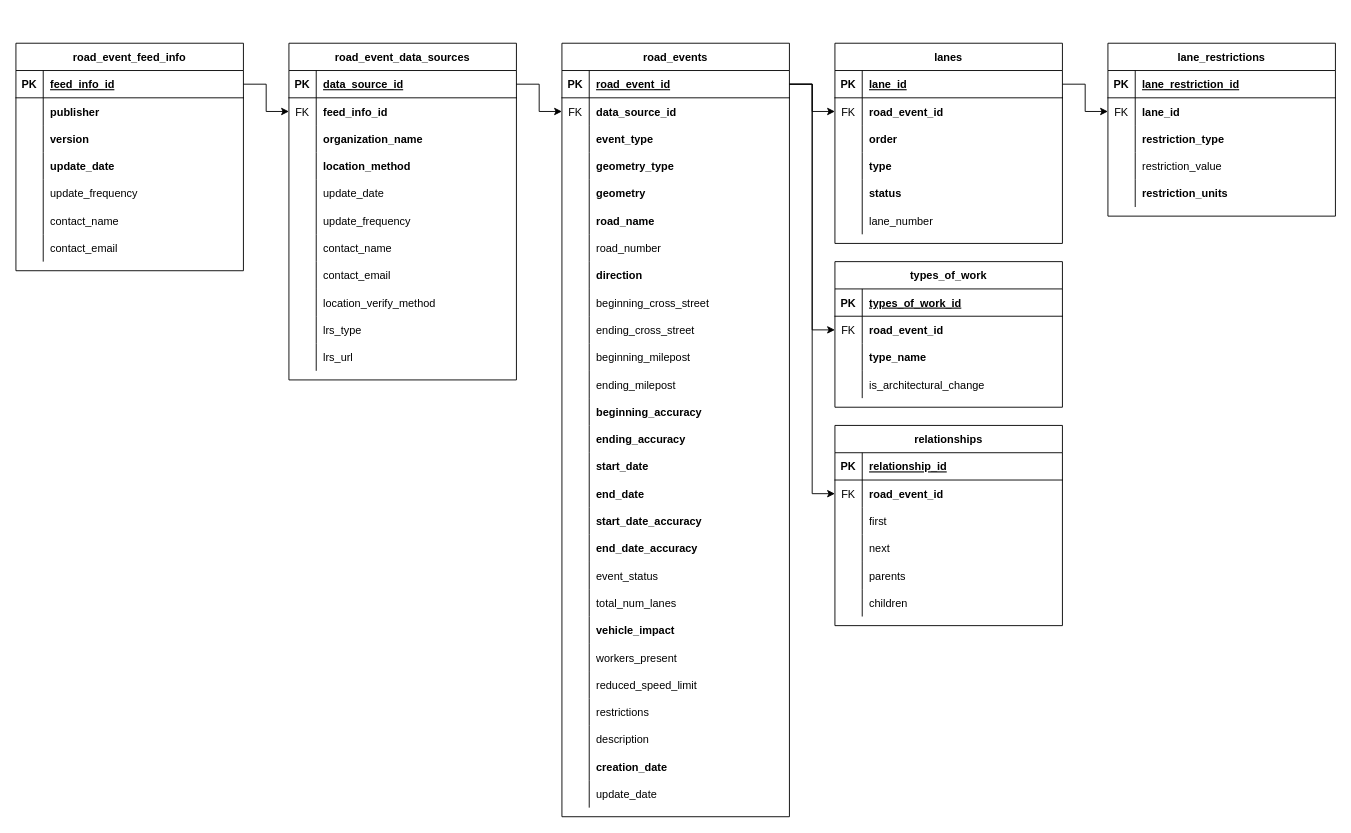
usdot-jpo-ode/wzdx keeps this draw.io diagram as page "road_event_erd" (1 of 2) of images/road_event_erd.drawio. Above is the earlier version. Source tidied: cells renumbered, new cells numbered last; positions are measured from the earlier drawing's top-left corner, leaving out a move shared by most shapes. Both pictures are drawn from the tidied source at 91%, with x=0, y=0 at pixel (15, 43).
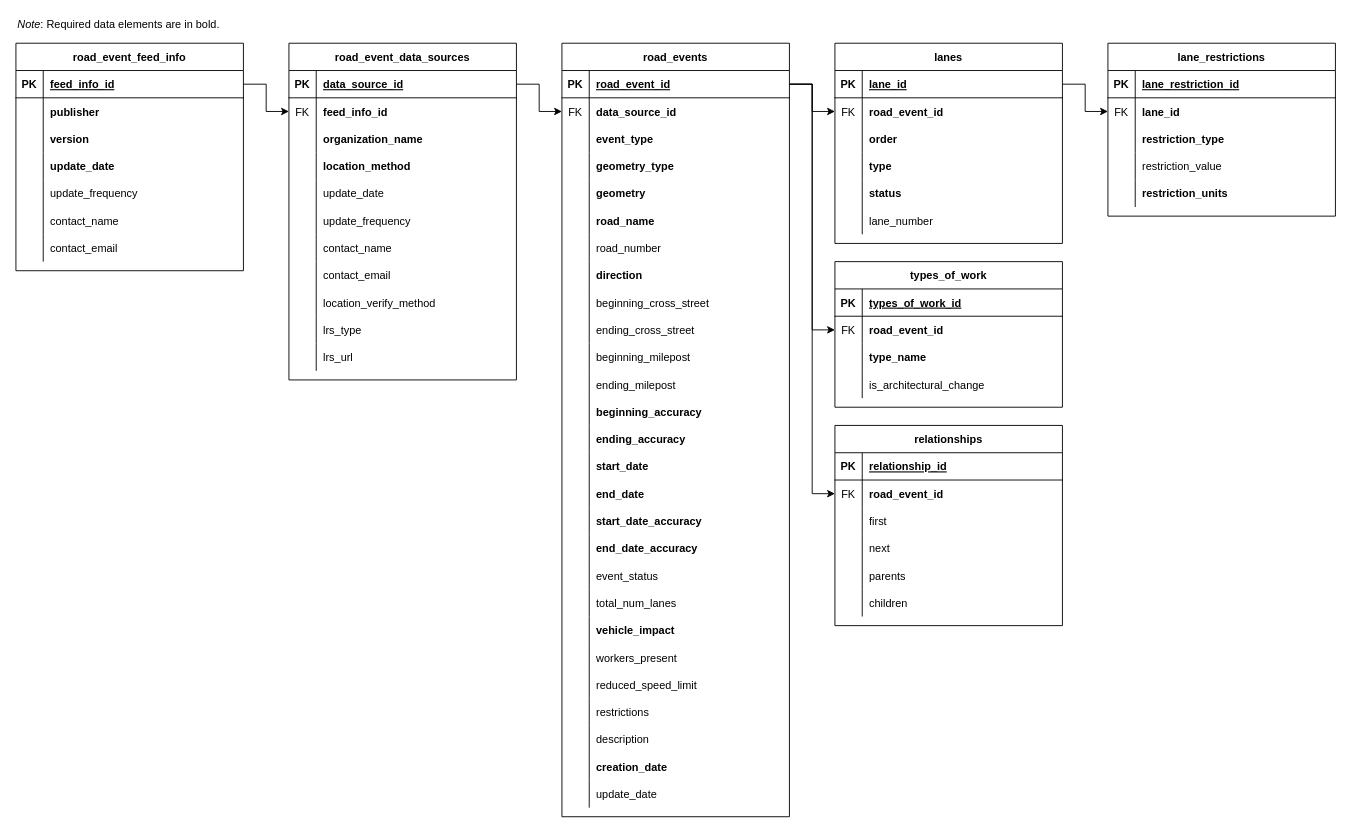
After the change.

Commit message (it also covers changes not shown here):
Add explanation for bolded items in ERD

The edit, as a diff of the source:
```diff
@@
+    <mxCell id="213" value="&lt;i&gt;Note&lt;/i&gt;: Required data elements are in bold." style="text;html=1;strokeColor=none;fillColor=none;align=left;verticalAlign=middle;whiteSpace=wrap;rounded=0;" parent="1" vertex="1">
+      <mxGeometry y="-30" width="390" height="20" as="geometry" />
+    </mxCell>
```
